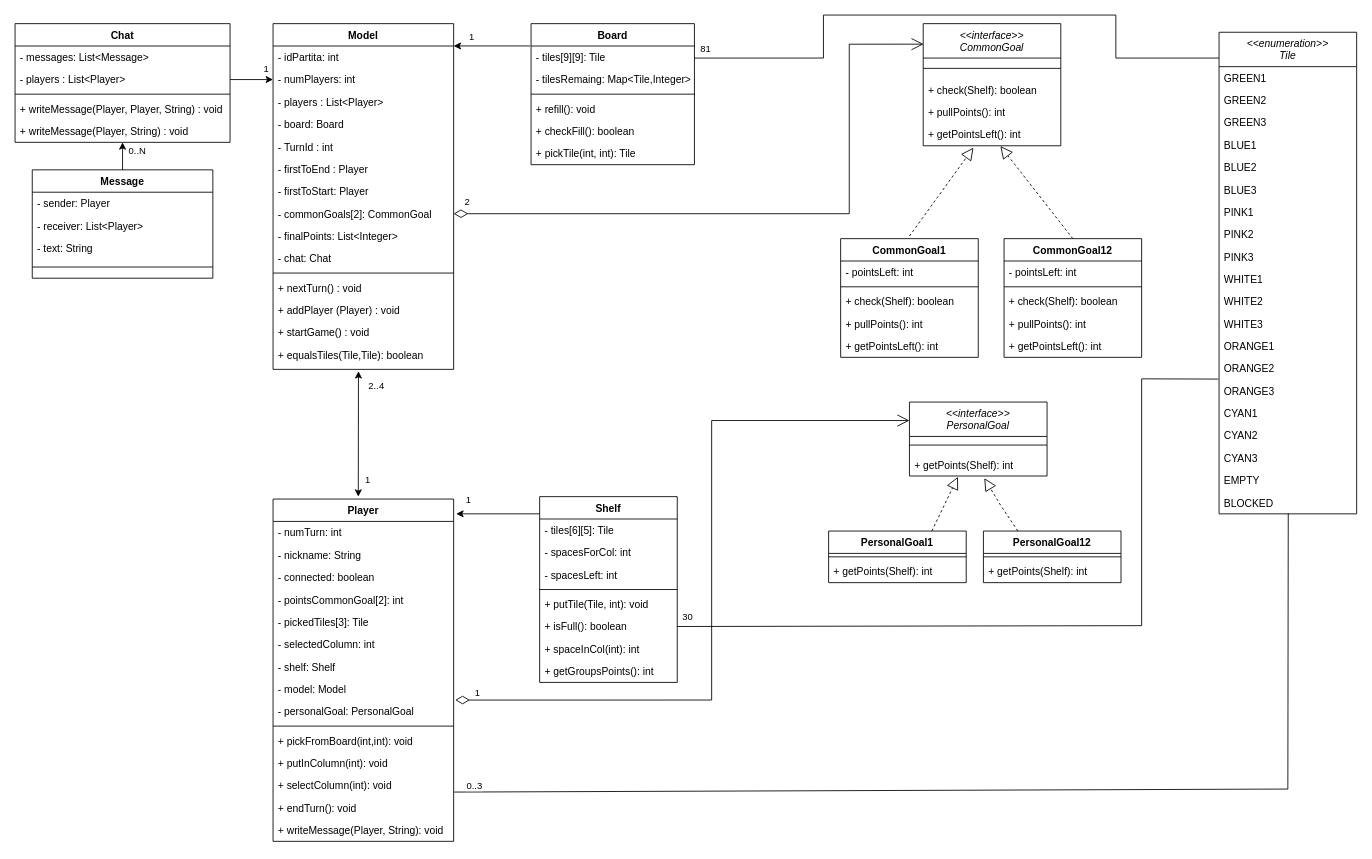
Above: UML.drawio in RiccardoFiorentini/ing-sw-2023-Annechini-Filippi-Fiorentini-Gioia (draw.io), before the change. Source tidied: cells renumbered, new cells numbered last; positions are measured from the earlier drawing's top-left corner, leaving out a move shared by most shapes. Both pictures are drawn from the tidied source at 86%, with x=0, y=0 at pixel (15, 15).
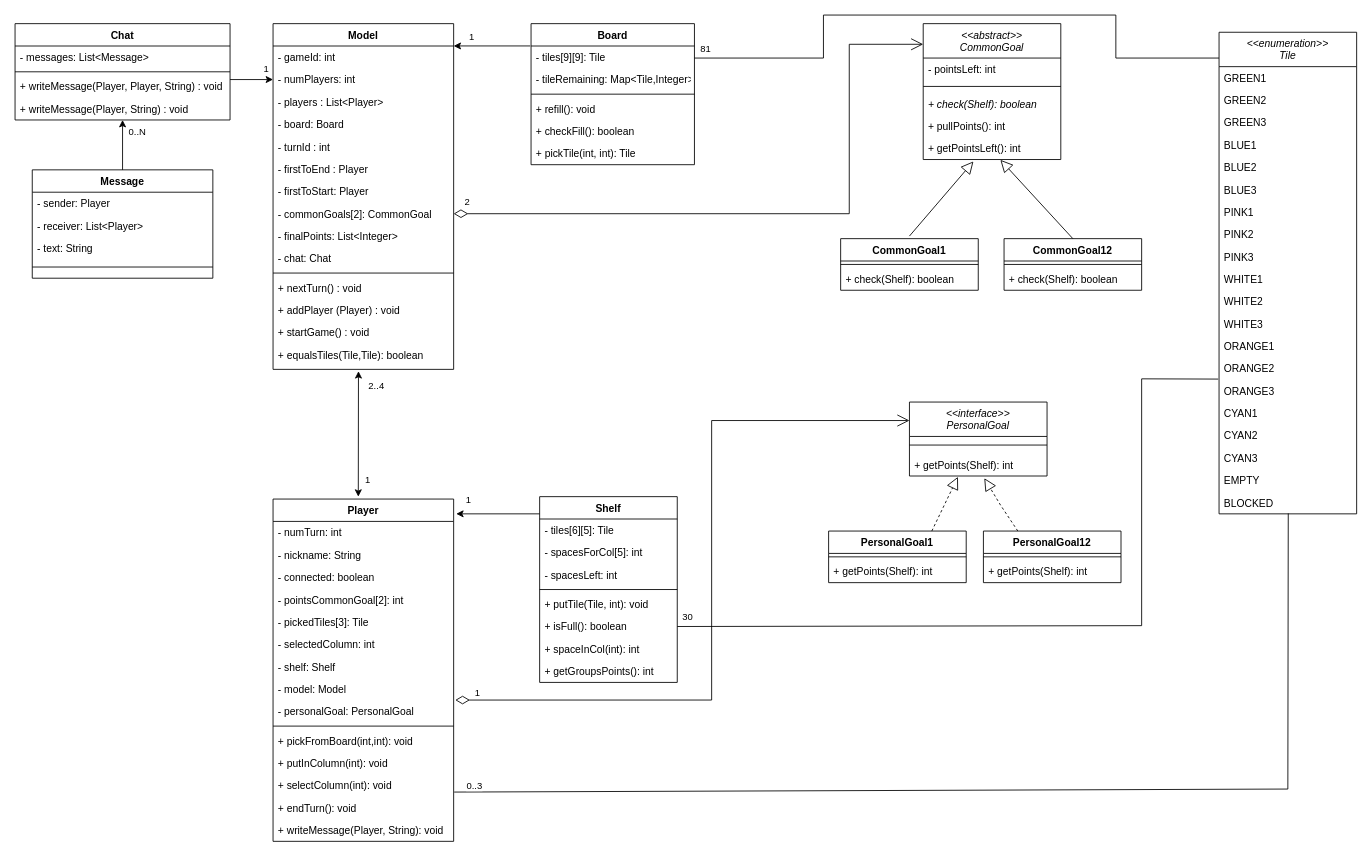
After the change.

Commit message (it also covers changes not shown here):
UML update; class structure of: Chat, Model

The change refers to these unchanged cells:
```xml
<mxCell id="2" value="Model" style="swimlane;fontStyle=1;align=center;verticalAlign=top;horizontal=1;startSize=26;" parent="1" vertex="1">
  <mxGeometry x="300" y="10" width="210" height="402" as="geometry" />
</mxCell>
<mxCell id="4" value="- numPlayers: int&#10;" style="text;strokeColor=none;fillColor=none;align=left;verticalAlign=top;spacingLeft=4;spacingRight=4;overflow=hidden;points=[[0,0.5],[1,0.5]];portConstraint=eastwest;" parent="2" vertex="1">
  <mxGeometry y="52" width="210" height="26" as="geometry" />
</mxCell>
<mxCell id="10" value="- commonGoals[2]: CommonGoal" style="text;strokeColor=none;fillColor=none;align=left;verticalAlign=top;spacingLeft=4;spacingRight=4;overflow=hidden;points=[[0,0.5],[1,0.5]];portConstraint=eastwest;" parent="2" vertex="1">
  <mxGeometry y="208" width="210" height="26" as="geometry" />
</mxCell>
<mxCell id="23" value="Board" style="swimlane;fontStyle=1;align=center;verticalAlign=top;horizontal=1;startSize=26;" parent="1" vertex="1">
  <mxGeometry x="600" y="10" width="190" height="164" as="geometry" />
</mxCell>
<mxCell id="30" value="Shelf" style="swimlane;fontStyle=1;align=center;verticalAlign=top;horizontal=1;startSize=26;" parent="1" vertex="1">
  <mxGeometry x="610" y="560" width="160" height="216" as="geometry" />
</mxCell>
<mxCell id="128" style="endArrow=classic;html=1;rounded=0;entryX=0.5;entryY=1;entryDx=0;entryDy=0;" parent="1" edge="1" source="123" target="117">
  <mxGeometry relative="1" as="geometry" />
</mxCell>
```

What changed in the source:
```diff
@@
-    <mxCell id="3" value="- idPartita: int" style="text;strokeColor=none;fillColor=none;align=left;verticalAlign=top;spacingLeft=4;spacingRight=4;overflow=hidden;points=[[0,0.5],[1,0.5]];portConstraint=eastwest;" parent="2" vertex="1">
+    <mxCell id="3" value="- gameId: int" style="text;strokeColor=none;fillColor=none;align=left;verticalAlign=top;spacingLeft=4;spacingRight=4;overflow=hidden;points=[[0,0.5],[1,0.5]];portConstraint=eastwest;" parent="2" vertex="1">
       <mxGeometry y="26" width="210" height="26" as="geometry" />
     </mxCell>
@@
-    <mxCell id="7" value="- TurnId : int" style="text;strokeColor=none;fillColor=none;align=left;verticalAlign=top;spacingLeft=4;spacingRight=4;overflow=hidden;" parent="2" vertex="1">
+    <mxCell id="7" value="- turnId : int" style="text;strokeColor=none;fillColor=none;align=left;verticalAlign=top;spacingLeft=4;spacingRight=4;overflow=hidden;" parent="2" vertex="1">
       <mxGeometry y="130" width="210" height="26" as="geometry" />
     </mxCell>
@@
-    <mxCell id="18" value="&lt;&lt;interface&gt;&gt;&#10;CommonGoal" style="swimlane;fontStyle=2;align=center;verticalAlign=top;horizontal=1;startSize=40;" parent="1" vertex="1">
-      <mxGeometry x="1056" y="10" width="160" height="142" as="geometry" />
+    <mxCell id="18" value="&lt;&lt;abstract&gt;&gt;&#10;CommonGoal" style="swimlane;fontStyle=2;align=center;verticalAlign=top;horizontal=1;startSize=40;" parent="1" vertex="1">
+      <mxGeometry x="1056" y="10" width="160" height="158" as="geometry" />
     </mxCell>
+    <mxCell id="132" value="- pointsLeft: int" style="text;strokeColor=none;fillColor=none;align=left;verticalAlign=top;spacingLeft=4;spacingRight=4;overflow=hidden;" parent="18" vertex="1">
+      <mxGeometry y="40" width="160" height="26" as="geometry" />
+    </mxCell>
     <mxCell id="19" style="line;strokeWidth=1;fillColor=none;align=left;verticalAlign=middle;spacingTop=-1;spacingLeft=3;spacingRight=3;labelPosition=right;strokeColor=inherit;" parent="18" vertex="1">
-      <mxGeometry y="40" width="160" height="24" as="geometry" />
+      <mxGeometry y="66" width="160" height="14" as="geometry" />
     </mxCell>
-    <mxCell id="20" value="+ check(Shelf): boolean" style="text;strokeColor=none;fillColor=none;align=left;verticalAlign=top;spacingLeft=4;spacingRight=4;overflow=hidden;" parent="18" vertex="1">
-      <mxGeometry y="64" width="160" height="26" as="geometry" />
+    <mxCell id="20" value="+ check(Shelf): boolean" style="text;strokeColor=none;fillColor=none;align=left;verticalAlign=top;spacingLeft=4;spacingRight=4;overflow=hidden;fontStyle=2;" parent="18" vertex="1">
+      <mxGeometry y="80" width="160" height="26" as="geometry" />
     </mxCell>
     <mxCell id="21" value="+ pullPoints(): int " style="text;strokeColor=none;fillColor=none;align=left;verticalAlign=top;spacingLeft=4;spacingRight=4;overflow=hidden;" parent="18" vertex="1">
-      <mxGeometry y="90" width="160" height="26" as="geometry" />
+      <mxGeometry y="106" width="160" height="26" as="geometry" />
     </mxCell>
     <mxCell id="22" value="+ getPointsLeft(): int " style="text;strokeColor=none;fillColor=none;align=left;verticalAlign=top;spacingLeft=4;spacingRight=4;overflow=hidden;points=[[0,0.5],[1,0.5]];portConstraint=eastwest;" parent="18" vertex="1">
-      <mxGeometry y="116" width="160" height="26" as="geometry" />
+      <mxGeometry y="132" width="160" height="26" as="geometry" />
     </mxCell>
@@
-    <mxCell id="25" value="- tilesRemaing: Map&lt;Tile,Integer&gt;" style="text;strokeColor=none;fillColor=none;align=left;verticalAlign=top;spacingLeft=4;spacingRight=4;overflow=hidden;" parent="23" vertex="1">
+    <mxCell id="25" value="- tileRemaining: Map&lt;Tile,Integer&gt;" style="text;strokeColor=none;fillColor=none;align=left;verticalAlign=top;spacingLeft=4;spacingRight=4;overflow=hidden;" parent="23" vertex="1">
       <mxGeometry y="52" width="190" height="26" as="geometry" />
     </mxCell>
@@
-    <mxCell id="32" value="- spacesForCol: int" style="text;strokeColor=none;fillColor=none;align=left;verticalAlign=top;spacingLeft=4;spacingRight=4;overflow=hidden;" parent="30" vertex="1">
+    <mxCell id="32" value="- spacesForCol[5]: int" style="text;strokeColor=none;fillColor=none;align=left;verticalAlign=top;spacingLeft=4;spacingRight=4;overflow=hidden;" parent="30" vertex="1">
       <mxGeometry y="52" width="160" height="26" as="geometry" />
     </mxCell>
@@
     <mxCell id="58" value="CommonGoal12" style="swimlane;fontStyle=1;align=center;verticalAlign=top;horizontal=1;startSize=26;" parent="1" vertex="1">
-      <mxGeometry x="1150" y="260" width="160" height="138" as="geometry" />
+      <mxGeometry x="1150" y="260" width="160" height="60" as="geometry" />
     </mxCell>
-    <mxCell id="59" value="- pointsLeft: int" style="text;strokeColor=none;fillColor=none;align=left;verticalAlign=top;spacingLeft=4;spacingRight=4;overflow=hidden;" parent="58" vertex="1">
-      <mxGeometry y="26" width="160" height="26" as="geometry" />
-    </mxCell>
     <mxCell id="60" style="line;strokeWidth=1;fillColor=none;align=left;verticalAlign=middle;spacingTop=-1;spacingLeft=3;spacingRight=3;labelPosition=right;strokeColor=inherit;" parent="58" vertex="1">
-      <mxGeometry y="52" width="160" height="8" as="geometry" />
+      <mxGeometry y="26" width="160" height="8" as="geometry" />
     </mxCell>
     <mxCell id="61" value="+ check(Shelf): boolean" style="text;strokeColor=none;fillColor=none;align=left;verticalAlign=top;spacingLeft=4;spacingRight=4;overflow=hidden;" parent="58" vertex="1">
-      <mxGeometry y="60" width="160" height="26" as="geometry" />
+      <mxGeometry y="34" width="160" height="26" as="geometry" />
     </mxCell>
-    <mxCell id="62" value="+ pullPoints(): int&amp;nbsp;" style="text;strokeColor=none;fillColor=none;align=left;verticalAlign=top;spacingLeft=4;spacingRight=4;overflow=hidden;whiteSpace=wrap;html=1;" parent="58" vertex="1">
-      <mxGeometry y="86" width="160" height="26" as="geometry" />
-    </mxCell>
-    <mxCell id="63" value="+ getPointsLeft(): int " style="text;strokeColor=none;fillColor=none;align=left;verticalAlign=top;spacingLeft=4;spacingRight=4;overflow=hidden;" parent="58" vertex="1">
-      <mxGeometry y="112" width="160" height="26" as="geometry" />
-    </mxCell>
@@
-    <mxCell id="67" style="endArrow=block;dashed=1;endFill=0;endSize=12;html=1;rounded=0;entryX=0.561;entryY=1.015;entryDx=0;entryDy=0;entryPerimeter=0;exitX=0.5;exitY=0;exitDx=0;exitDy=0;" parent="1" edge="1" source="58" target="22">
+    <mxCell id="67" style="endArrow=block;endFill=0;endSize=12;html=1;rounded=0;entryX=0.561;entryY=1.015;entryDx=0;entryDy=0;entryPerimeter=0;exitX=0.5;exitY=0;exitDx=0;exitDy=0;" parent="1" edge="1" source="58" target="22">
       <mxGeometry relative="1" as="geometry" />
     </mxCell>
-    <mxCell id="68" style="endArrow=block;dashed=1;endFill=0;endSize=12;html=1;rounded=0;entryX=0.365;entryY=1.086;entryDx=0;entryDy=0;entryPerimeter=0;" parent="1" edge="1" target="22">
+    <mxCell id="68" style="endArrow=block;endFill=0;endSize=12;html=1;rounded=0;entryX=0.365;entryY=1.086;entryDx=0;entryDy=0;entryPerimeter=0;" parent="1" edge="1" target="22">
       <mxGeometry relative="1" as="geometry">
         <mxPoint x="1040" y="257" as="sourcePoint" />
       </mxGeometry>
     </mxCell>
@@
     <mxCell id="71" value="CommonGoal1" style="swimlane;fontStyle=1;align=center;verticalAlign=top;horizontal=1;startSize=26;" parent="1" vertex="1">
-      <mxGeometry x="960" y="260" width="160" height="138" as="geometry" />
+      <mxGeometry x="960" y="260" width="160" height="60" as="geometry" />
     </mxCell>
-    <mxCell id="72" value="- pointsLeft: int" style="text;strokeColor=none;fillColor=none;align=left;verticalAlign=top;spacingLeft=4;spacingRight=4;overflow=hidden;" parent="71" vertex="1">
-      <mxGeometry y="26" width="160" height="26" as="geometry" />
-    </mxCell>
     <mxCell id="73" style="line;strokeWidth=1;fillColor=none;align=left;verticalAlign=middle;spacingTop=-1;spacingLeft=3;spacingRight=3;labelPosition=right;strokeColor=inherit;" parent="71" vertex="1">
-      <mxGeometry y="52" width="160" height="8" as="geometry" />
+      <mxGeometry y="26" width="160" height="8" as="geometry" />
     </mxCell>
     <mxCell id="74" value="+ check(Shelf): boolean" style="text;strokeColor=none;fillColor=none;align=left;verticalAlign=top;spacingLeft=4;spacingRight=4;overflow=hidden;" parent="71" vertex="1">
-      <mxGeometry y="60" width="160" height="26" as="geometry" />
+      <mxGeometry y="34" width="160" height="26" as="geometry" />
     </mxCell>
-    <mxCell id="75" value="+ pullPoints(): int&amp;nbsp;" style="text;strokeColor=none;fillColor=none;align=left;verticalAlign=top;spacingLeft=4;spacingRight=4;overflow=hidden;whiteSpace=wrap;html=1;" parent="71" vertex="1">
-      <mxGeometry y="86" width="160" height="26" as="geometry" />
-    </mxCell>
-    <mxCell id="76" value="+ getPointsLeft(): int " style="text;strokeColor=none;fillColor=none;align=left;verticalAlign=top;spacingLeft=4;spacingRight=4;overflow=hidden;" parent="71" vertex="1">
-      <mxGeometry y="112" width="160" height="26" as="geometry" />
-    </mxCell>
@@
-    <mxCell id="89" value="2" style="endArrow=open;html=1;endSize=12;startArrow=diamondThin;startSize=14;startFill=0;edgeStyle=orthogonalEdgeStyle;align=left;verticalAlign=bottom;rounded=0;exitX=1;exitY=0.5;exitDx=0;exitDy=0;entryX=0.003;entryY=0.168;entryDx=0;entryDy=0;entryPerimeter=0;" parent="1" edge="1" source="10" target="18">
+    <mxCell id="89" value="2" style="endArrow=open;html=1;endSize=12;startArrow=diamondThin;startSize=14;startFill=0;edgeStyle=orthogonalEdgeStyle;align=left;verticalAlign=bottom;rounded=0;exitX=1;exitY=0.5;exitDx=0;exitDy=0;" parent="1" edge="1" source="10" target="18">
       <mxGeometry x="-0.97" y="5" relative="1" as="geometry">
         <Array as="points">
           <mxPoint x="970" y="231" />
           <mxPoint x="970" y="34" />
         </Array>
       </mxGeometry>
     </mxCell>
@@
     <mxCell id="117" value="Chat" style="swimlane;fontStyle=1;align=center;verticalAlign=top;horizontal=1;startSize=26;" parent="1" vertex="1">
-      <mxGeometry y="10" width="250" height="138" as="geometry" />
+      <mxGeometry y="10" width="250" height="112" as="geometry" />
     </mxCell>
@@
-    <mxCell id="119" value="- players : List&lt;Player&gt;" style="text;strokeColor=none;fillColor=none;align=left;verticalAlign=top;spacingLeft=4;spacingRight=4;overflow=hidden;points=[[0,0.5],[1,0.5]];portConstraint=eastwest;" parent="117" vertex="1">
-      <mxGeometry y="52" width="250" height="26" as="geometry" />
-    </mxCell>
     <mxCell id="120" style="line;strokeWidth=1;fillColor=none;align=left;verticalAlign=middle;spacingTop=-1;spacingLeft=3;spacingRight=3;labelPosition=right;strokeColor=inherit;" parent="117" vertex="1">
-      <mxGeometry y="78" width="250" height="8" as="geometry" />
+      <mxGeometry y="52" width="250" height="8" as="geometry" />
     </mxCell>
     <mxCell id="121" value="+ writeMessage(Player, Player, String) : void" style="text;strokeColor=none;fillColor=none;align=left;verticalAlign=top;spacingLeft=4;spacingRight=4;overflow=hidden;" parent="117" vertex="1">
-      <mxGeometry y="86" width="250" height="26" as="geometry" />
+      <mxGeometry y="60" width="250" height="26" as="geometry" />
     </mxCell>
     <mxCell id="122" value="+ writeMessage(Player, String) : void" style="text;strokeColor=none;fillColor=none;align=left;verticalAlign=top;spacingLeft=4;spacingRight=4;overflow=hidden;" parent="117" vertex="1">
-      <mxGeometry y="112" width="250" height="26" as="geometry" />
+      <mxGeometry y="86" width="250" height="26" as="geometry" />
     </mxCell>
@@
     <mxCell id="129" value="0..N" style="edgeLabel;html=1;align=center;verticalAlign=middle;" parent="128" vertex="1">
       <mxGeometry x="-0.66" relative="1" as="geometry">
-        <mxPoint x="16" y="-18" as="offset" />
+        <mxPoint x="16" y="-35" as="offset" />
       </mxGeometry>
     </mxCell>
-    <mxCell id="130" style="endArrow=classic;html=1;rounded=0;exitX=1;exitY=0.5;exitDx=0;exitDy=0;entryX=0;entryY=0.5;entryDx=0;entryDy=0;" parent="1" edge="1" source="119" target="4">
-      <mxGeometry relative="1" as="geometry" />
+    <mxCell id="130" style="endArrow=classic;html=1;rounded=0;exitX=1;exitY=0.5;exitDx=0;exitDy=0;entryX=0;entryY=0.5;entryDx=0;entryDy=0;" parent="1" edge="1" target="4">
+      <mxGeometry relative="1" as="geometry">
+        <mxPoint x="250" y="75" as="sourcePoint" />
+      </mxGeometry>
     </mxCell>
```
